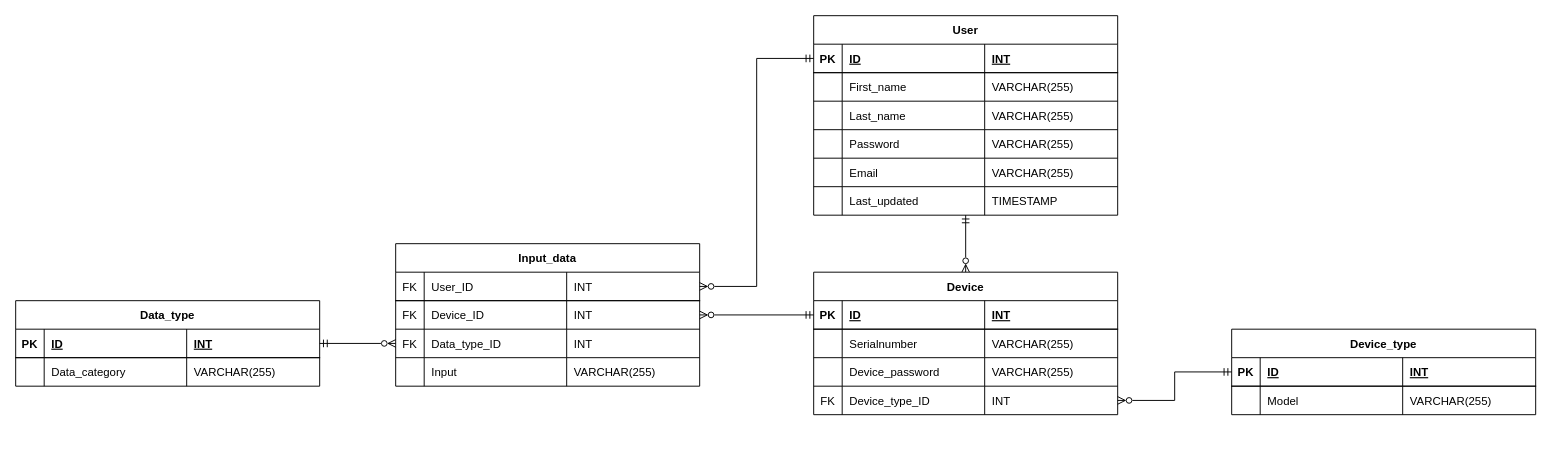
The draw.io diagram Azure MySQL/Relational_Data_Model.drawio in TwoBar/waase_Group2, before the edit. Source tidied: cells renumbered, new cells numbered last; positions are measured from the earlier drawing's top-left corner, leaving out a move shared by most shapes. Both pictures are drawn from the tidied source at 95%, with x=0, y=0 at pixel (15, 15).
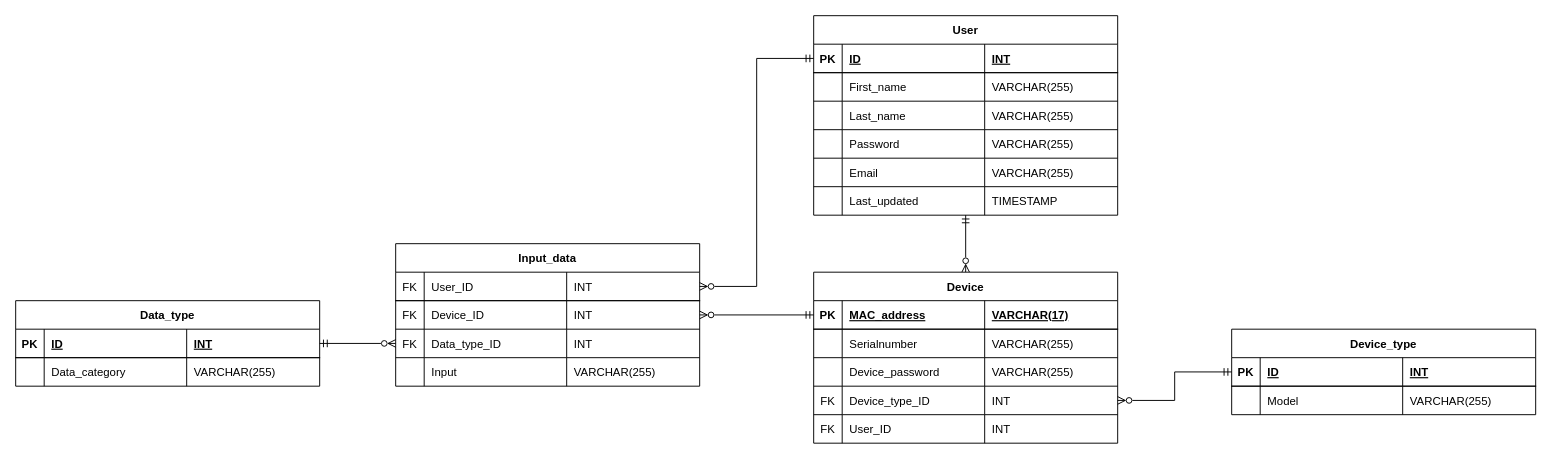
The same page after the edit.

The change refers to these unchanged cells:
```xml
<mxCell id="29" style="shape=partialRectangle;fillColor=none;top=0;left=0;bottom=1;right=0;points=[[0,0.5],[1,0.5]];portConstraint=eastwest;" parent="28" vertex="1">
  <mxGeometry y="30" width="320" height="30" as="geometry" />
</mxCell>
```

Change to the diagram source:
```diff
@@
     <mxCell id="28" value="Device" style="shape=table;startSize=30;childLayout=tableLayout;rowLines=1;fontStyle=1;align=center;" parent="1" vertex="1">
-      <mxGeometry x="840" y="270" width="320" height="150" as="geometry" />
+      <mxGeometry x="840" y="270" width="320" height="180" as="geometry" />
     </mxCell>
@@
-    <mxCell id="31" value="ID" style="shape=partialRectangle;fillColor=none;top=0;left=0;bottom=0;right=0;align=left;spacingLeft=6;fontStyle=5;overflow=hidden;" parent="29" vertex="1">
+    <mxCell id="31" value="MAC_address" style="shape=partialRectangle;fillColor=none;top=0;left=0;bottom=0;right=0;align=left;spacingLeft=6;fontStyle=5;overflow=hidden;" parent="29" vertex="1">
       <mxGeometry x="30" width="150" height="30" as="geometry" />
     </mxCell>
-    <mxCell id="32" value="INT" style="shape=partialRectangle;fillColor=none;top=0;left=0;bottom=0;right=0;align=left;spacingLeft=6;fontStyle=5;overflow=hidden;" parent="29" vertex="1">
+    <mxCell id="32" value="VARCHAR(17)" style="shape=partialRectangle;fillColor=none;top=0;left=0;bottom=0;right=0;align=left;spacingLeft=6;fontStyle=5;overflow=hidden;" parent="29" vertex="1">
       <mxGeometry x="180" width="140" height="30" as="geometry" />
     </mxCell>
@@
+    <mxCell id="84" style="shape=partialRectangle;fillColor=none;top=0;left=0;bottom=0;right=0;" parent="28" vertex="1">
+      <mxGeometry y="150" width="320" height="30" as="geometry" />
+    </mxCell>
+    <mxCell id="85" value="FK" style="shape=partialRectangle;fillColor=none;top=0;left=0;bottom=0;right=0;overflow=hidden;" parent="84" vertex="1">
+      <mxGeometry width="30" height="30" as="geometry" />
+    </mxCell>
+    <mxCell id="86" value="User_ID" style="shape=partialRectangle;fillColor=none;top=0;left=0;bottom=0;right=0;align=left;spacingLeft=6;overflow=hidden;" parent="84" vertex="1">
+      <mxGeometry x="30" width="150" height="30" as="geometry" />
+    </mxCell>
+    <mxCell id="87" value="INT" style="shape=partialRectangle;fillColor=none;top=0;left=0;bottom=0;right=0;align=left;spacingLeft=6;overflow=hidden;" parent="84" vertex="1">
+      <mxGeometry x="180" width="140" height="30" as="geometry" />
+    </mxCell>
```
